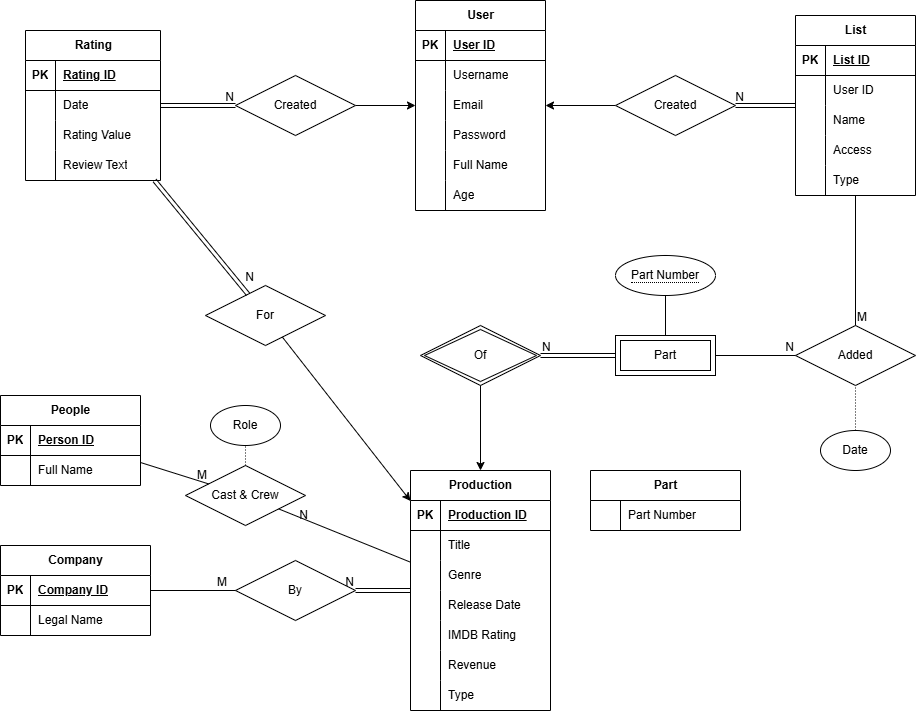
This is ER_diagram.png from Pedram2004/movie-review-database, a draw.io export, as it was before one commit. Source tidied: cells renumbered, new cells last; positions are measured from the earlier drawing's top-left corner, leaving out a move shared by most shapes.
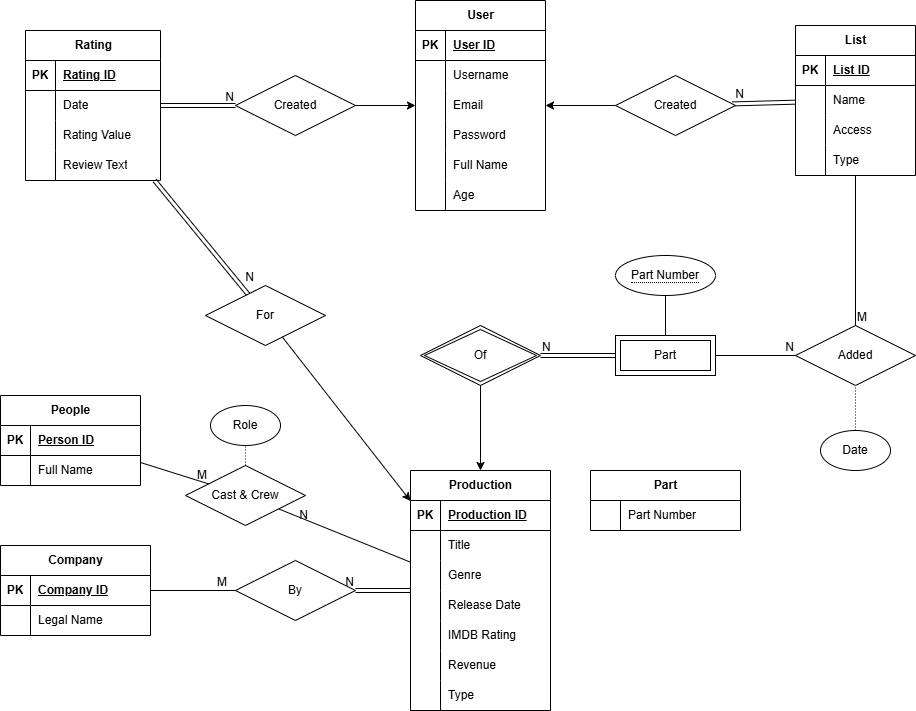
After the commit.

Commit message:
an attribute from entity List removed

The edit, as a diff of the source:
```diff
@@ -340,7 +340,7 @@
       <mxGeometry x="235" y="75" width="120" height="60" as="geometry" />
     </mxCell>
     <mxCell id="111" value="List" style="shape=table;startSize=30;rowLines=0;fontStyle=1;align=center;html=1;" parent="1" vertex="1">
-      <mxGeometry x="795" y="15" width="120" height="180" as="geometry" />
+      <mxGeometry x="795" y="25" width="120" height="150" as="geometry" />
     </mxCell>
     <mxCell id="112" style="shape=tableRow;horizontal=0;startSize=0;swimlaneHead=0;swimlaneBody=0;fillColor=none;top=0;left=0;right=0;bottom=1;" parent="111" vertex="1">
       <mxGeometry y="30" width="120" height="30" as="geometry" />
@@ -351,17 +351,8 @@
     <mxCell id="114" value="List ID" style="shape=partialRectangle;fillColor=none;top=0;left=0;bottom=0;right=0;align=left;spacingLeft=6;fontStyle=5;overflow=hidden;whiteSpace=wrap;html=1;" parent="112" vertex="1">
       <mxGeometry x="30" width="90" height="30" as="geometry" />
     </mxCell>
-    <mxCell id="115" style="shape=tableRow;horizontal=0;startSize=0;swimlaneHead=0;swimlaneBody=0;fillColor=none;top=0;left=0;right=0;bottom=0;" parent="111" vertex="1">
-      <mxGeometry y="60" width="120" height="30" as="geometry" />
-    </mxCell>
-    <mxCell id="116" style="shape=partialRectangle;fillColor=none;top=0;left=0;bottom=0;right=0;overflow=hidden;whiteSpace=wrap;html=1;" parent="115" vertex="1">
-      <mxGeometry width="30" height="30" as="geometry" />
-    </mxCell>
-    <mxCell id="117" value="User ID" style="shape=partialRectangle;fillColor=none;top=0;left=0;bottom=0;right=0;align=left;spacingLeft=6;overflow=hidden;whiteSpace=wrap;html=1;" parent="115" vertex="1">
-      <mxGeometry x="30" width="90" height="30" as="geometry" />
-    </mxCell>
     <mxCell id="118" style="shape=tableRow;horizontal=0;startSize=0;swimlaneHead=0;swimlaneBody=0;fillColor=none;top=0;left=0;right=0;bottom=0;" parent="111" vertex="1">
-      <mxGeometry y="90" width="120" height="30" as="geometry" />
+      <mxGeometry y="60" width="120" height="30" as="geometry" />
     </mxCell>
     <mxCell id="119" style="shape=partialRectangle;fillColor=none;top=0;left=0;bottom=0;right=0;overflow=hidden;whiteSpace=wrap;html=1;" parent="118" vertex="1">
       <mxGeometry width="30" height="30" as="geometry" />
@@ -370,7 +361,7 @@
       <mxGeometry x="30" width="90" height="30" as="geometry" />
     </mxCell>
     <mxCell id="121" style="shape=tableRow;horizontal=0;startSize=0;swimlaneHead=0;swimlaneBody=0;fillColor=none;top=0;left=0;right=0;bottom=0;" parent="111" vertex="1">
-      <mxGeometry y="120" width="120" height="30" as="geometry" />
+      <mxGeometry y="90" width="120" height="30" as="geometry" />
     </mxCell>
     <mxCell id="122" style="shape=partialRectangle;fillColor=none;top=0;left=0;bottom=0;right=0;overflow=hidden;whiteSpace=wrap;html=1;" parent="121" vertex="1">
       <mxGeometry width="30" height="30" as="geometry" />
@@ -379,7 +370,7 @@
       <mxGeometry x="30" width="90" height="30" as="geometry" />
     </mxCell>
     <mxCell id="124" style="shape=tableRow;horizontal=0;startSize=0;swimlaneHead=0;swimlaneBody=0;fillColor=none;top=0;left=0;right=0;bottom=0;" parent="111" vertex="1">
-      <mxGeometry y="150" width="120" height="30" as="geometry" />
+      <mxGeometry y="120" width="120" height="30" as="geometry" />
     </mxCell>
     <mxCell id="125" style="shape=partialRectangle;fillColor=none;top=0;left=0;bottom=0;right=0;overflow=hidden;whiteSpace=wrap;html=1;" parent="124" vertex="1">
       <mxGeometry width="30" height="30" as="geometry" />
```
